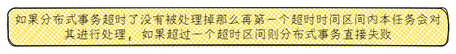
Before: starboss/分布式事务/4. 分布式事务超时处理任务.excalidraw.png, a diagram exported from Excalidraw (XujinCoding/Excalidraw). Source tidied: one line per element, renumbered; positions are measured from the earlier drawing's top-left corner, leaving out a move shared by most shapes. Source of this version:
```json
{"id": 0, "type": "rectangle", "strokeColor": "#000000", "backgroundColor": "#ffd700", "fillStyle": "cross-hatch", "strokeWidth": 1, "roughness": 1, "round": true, "x": 0, "y": 0, "width": 542, "height": 46}
{"id": 1, "type": "text", "text": "如果分布式事务超时了没有被处理掉那么再第一个超时时间区间内本任务会对\n其进行处理, 如果超过一个超时区间则分布式事务直接失败", "strokeColor": "#000000", "backgroundColor": "#228be6", "fillStyle": "hachure", "strokeWidth": 1, "roughness": 1, "fontSize": 15.5, "fontFamily": 3, "textAlign": "center", "verticalAlign": "middle", "inside": 0, "x": 8, "y": 5, "width": 527, "height": 36}
```
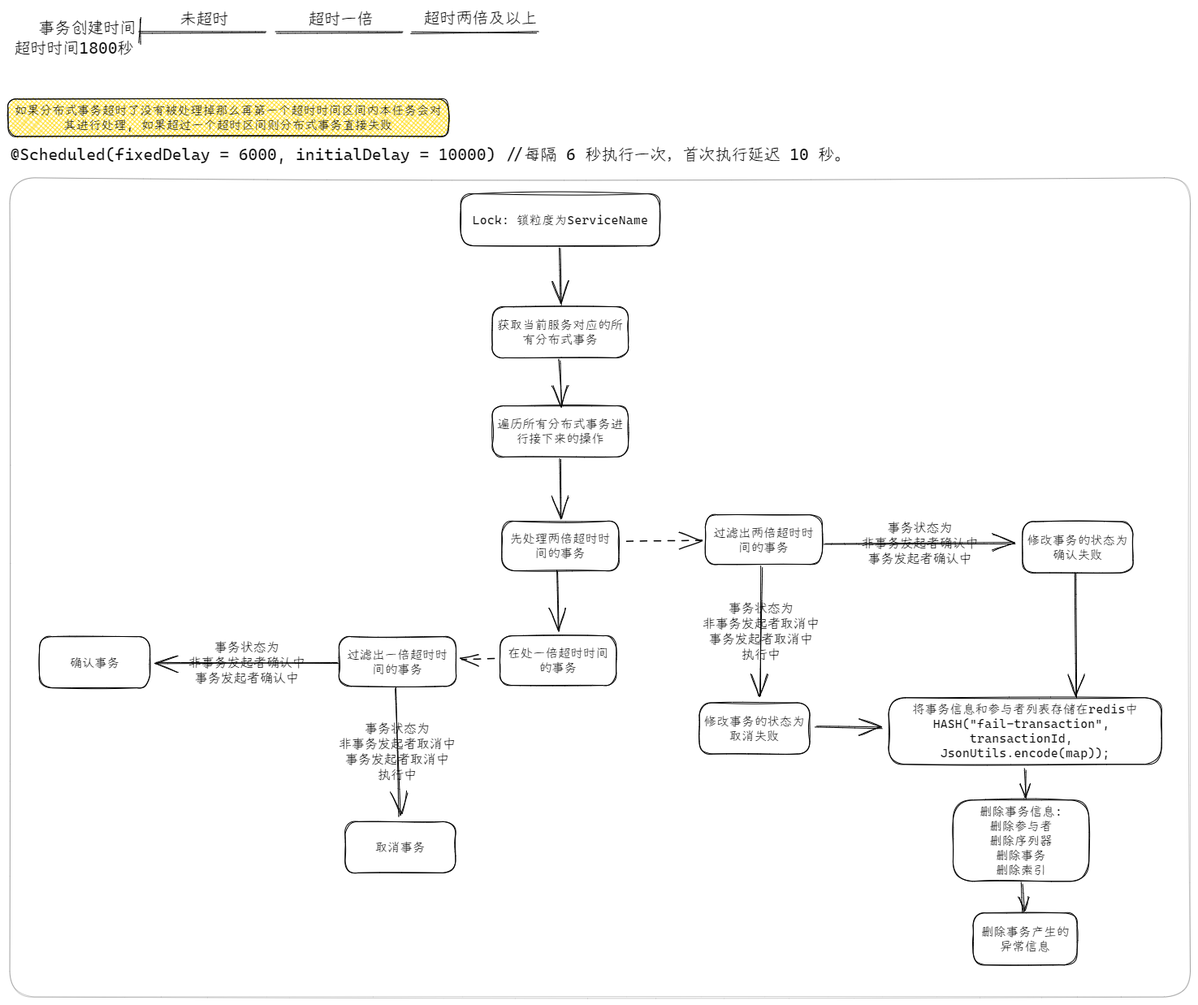
After the change.

Diff of the diagram source:
```diff
@@ -1,2 +1,59 @@
 {"id": 0, "type": "rectangle", "strokeColor": "#000000", "backgroundColor": "#ffd700", "fillStyle": "cross-hatch", "strokeWidth": 1, "roughness": 1, "round": true, "x": 0, "y": 0, "width": 542, "height": 46}
 {"id": 1, "type": "text", "text": "如果分布式事务超时了没有被处理掉那么再第一个超时时间区间内本任务会对\n其进行处理, 如果超过一个超时区间则分布式事务直接失败", "strokeColor": "#000000", "backgroundColor": "#228be6", "fillStyle": "hachure", "strokeWidth": 1, "roughness": 1, "fontSize": 15.5, "fontFamily": 3, "textAlign": "center", "verticalAlign": "middle", "inside": 0, "x": 8, "y": 5, "width": 527, "height": 36}
+{"id": 2, "type": "text", "text": "@Scheduled(fixedDelay = 6000, initialDelay = 10000) //每隔 6 秒执行一次，首次执行延迟 10 秒。", "strokeColor": "#000000", "strokeWidth": 1, "roughness": 1, "fontSize": 20, "fontFamily": 3, "x": 3, "y": 56, "width": 1035, "height": 24}
+{"id": 3, "type": "rectangle", "strokeColor": "#000000", "strokeWidth": 1, "roughness": 1, "opacity": 20, "round": true, "x": 2, "y": 97, "width": 1453, "height": 1008}
+{"id": 4, "type": "rectangle", "strokeColor": "#000000", "strokeWidth": 1, "roughness": 1, "round": true, "x": 557, "y": 117, "width": 245, "height": 64}
+{"id": 5, "type": "text", "text": "Lock: 锁粒度为ServiceName", "strokeColor": "#000000", "backgroundColor": "#228be6", "fillStyle": "hachure", "strokeWidth": 1, "roughness": 1, "fontSize": 15.5, "fontFamily": 3, "textAlign": "center", "verticalAlign": "middle", "inside": 4, "x": 572, "y": 140, "width": 216, "height": 18}
+{"id": 6, "type": "rectangle", "strokeColor": "#000000", "strokeWidth": 1, "roughness": 1, "round": true, "x": 596, "y": 256, "width": 167, "height": 63}
+{"id": 7, "type": "text", "text": "获取当前服务对应的所\n有分布式事务", "strokeColor": "#000000", "backgroundColor": "#228be6", "fillStyle": "hachure", "strokeWidth": 1, "roughness": 1, "fontSize": 15.5, "fontFamily": 3, "textAlign": "center", "verticalAlign": "middle", "inside": 6, "x": 602, "y": 269, "width": 155, "height": 36}
+{"id": 8, "type": "arrow", "strokeColor": "#000000", "strokeWidth": 1, "roughness": 1, "endArrowhead": "arrow", "round": true, "from": 4, "to": 6, "x": 680, "y": 183, "width": 2, "height": 70, "points": [[0, 0], [2, 70]]}
+{"id": 9, "type": "rectangle", "strokeColor": "#000000", "strokeWidth": 1, "roughness": 1, "round": true, "x": 596, "y": 378, "width": 167, "height": 63}
+{"id": 10, "type": "text", "text": "遍历所有分布式事务进\n行接下来的操作", "strokeColor": "#000000", "backgroundColor": "#228be6", "fillStyle": "hachure", "strokeWidth": 1, "roughness": 1, "fontSize": 15.5, "fontFamily": 3, "textAlign": "center", "verticalAlign": "middle", "inside": 9, "x": 602, "y": 391, "width": 155, "height": 36}
+{"id": 11, "type": "arrow", "strokeColor": "#000000", "strokeWidth": 1, "roughness": 1, "endArrowhead": "arrow", "round": true, "from": 6, "to": 9, "x": 678, "y": 321, "width": 3, "height": 56, "points": [[0, 0], [3, 56]]}
+{"id": 12, "type": "rectangle", "strokeColor": "#000000", "strokeWidth": 1, "roughness": 1, "round": true, "x": 608, "y": 520, "width": 144, "height": 61}
+{"id": 13, "type": "text", "text": "先处理两倍超时时\n间的事务", "strokeColor": "#000000", "backgroundColor": "#228be6", "fillStyle": "hachure", "strokeWidth": 1, "roughness": 1, "fontSize": 15.5, "fontFamily": 3, "textAlign": "center", "verticalAlign": "middle", "inside": 12, "x": 618, "y": 532, "width": 124, "height": 36}
+{"id": 14, "type": "arrow", "strokeColor": "#000000", "strokeWidth": 1, "roughness": 1, "endArrowhead": "arrow", "round": true, "from": 9, "to": 12, "x": 680, "y": 443, "width": 1, "height": 73, "points": [[0, 0], [-1, 73]]}
+{"id": 15, "type": "arrow", "strokeColor": "#000000", "strokeWidth": 1, "strokeStyle": "dashed", "roughness": 1, "endArrowhead": "arrow", "round": true, "from": 12, "to": 50, "x": 762, "y": 545, "width": 93, "height": 2, "points": [[0, 0], [93, -2]]}
+{"id": 16, "type": "line", "strokeColor": "#000000", "strokeWidth": 1, "roughness": 1, "round": true, "x": 161, "y": -82, "width": 156, "height": 0, "points": [[0, 0], [156, 0]]}
+{"id": 17, "type": "line", "strokeColor": "#000000", "strokeWidth": 1, "roughness": 1, "round": true, "x": 496, "y": -82, "width": 156, "height": 0, "points": [[0, 0], [156, 0]]}
+{"id": 18, "type": "line", "strokeColor": "#000000", "strokeWidth": 1, "roughness": 1, "round": true, "x": 330, "y": -82, "width": 156, "height": 0, "points": [[0, 0], [156, 0]]}
+{"id": 19, "type": "line", "strokeColor": "#000000", "strokeWidth": 1, "roughness": 1, "round": true, "x": 162, "y": -100, "width": 1, "height": 31, "points": [[0, 0], [-1, 31]]}
+{"id": 20, "type": "text", "text": "事务创建时间", "strokeColor": "#000000", "strokeWidth": 1, "roughness": 1, "fontSize": 20, "fontFamily": 3, "x": 37, "y": -100, "width": 120, "height": 24}
+{"id": 21, "type": "text", "text": "未超时", "strokeColor": "#000000", "strokeWidth": 1, "roughness": 1, "fontSize": 20, "fontFamily": 3, "x": 211, "y": -111, "width": 60, "height": 24}
+{"id": 22, "type": "text", "text": "超时一倍", "strokeColor": "#000000", "strokeWidth": 1, "roughness": 1, "fontSize": 20, "fontFamily": 3, "x": 369, "y": -111, "width": 80, "height": 24}
+{"id": 23, "type": "text", "text": "超时两倍及以上", "strokeColor": "#000000", "strokeWidth": 1, "roughness": 1, "fontSize": 20, "fontFamily": 3, "x": 511, "y": -112, "width": 140, "height": 24}
+{"id": 24, "type": "text", "text": "超时时间1800秒", "strokeColor": "#000000", "strokeWidth": 1, "roughness": 1, "fontSize": 20, "fontFamily": 3, "x": 7, "y": -75, "width": 147, "height": 24}
+{"id": 25, "type": "arrow", "strokeColor": "#000000", "strokeWidth": 1, "roughness": 1, "endArrowhead": "arrow", "round": true, "from": 12, "to": 54, "x": 675, "y": 581, "width": 2, "height": 74, "points": [[0, 0], [2, 74]]}
+{"id": 26, "type": "arrow", "strokeColor": "#000000", "strokeWidth": 1, "roughness": 1, "endArrowhead": "arrow", "round": true, "from": 32, "to": 28, "x": 476, "y": 724, "width": 5, "height": 159, "points": [[0, 0], [5, 159]]}
+{"id": 27, "type": "text", "text": "事务状态为\n非事务发起者取消中\n事务发起者取消中\n执行中", "strokeColor": "#000000", "strokeWidth": 1, "roughness": 1, "fontSize": 16, "fontFamily": 1, "textAlign": "center", "verticalAlign": "middle", "inside": 26, "x": 407, "y": 765, "width": 144, "height": 77}
+{"id": 28, "type": "rectangle", "strokeColor": "#000000", "strokeWidth": 1, "roughness": 1, "round": true, "x": 415, "y": 889, "width": 136, "height": 63}
+{"id": 29, "type": "text", "text": "取消事务", "strokeColor": "#000000", "backgroundColor": "#228be6", "fillStyle": "hachure", "strokeWidth": 1, "roughness": 1, "fontSize": 15.5, "fontFamily": 3, "textAlign": "center", "verticalAlign": "middle", "inside": 28, "x": 452, "y": 912, "width": 62, "height": 18}
+{"id": 30, "type": "arrow", "strokeColor": "#000000", "strokeWidth": 1, "roughness": 1, "endArrowhead": "arrow", "round": true, "from": 32, "to": 57, "x": 406, "y": 695, "width": 224, "height": 1, "points": [[0, 0], [-224, -1]]}
+{"id": 31, "type": "text", "text": "事务状态为\n非事务发起者确认中\n事务发起者确认中", "strokeColor": "#000000", "strokeWidth": 1, "roughness": 1, "fontSize": 16, "fontFamily": 1, "textAlign": "center", "verticalAlign": "middle", "inside": 30, "x": 222, "y": 665, "width": 144, "height": 58}
+{"id": 32, "type": "rectangle", "strokeColor": "#000000", "strokeWidth": 1, "roughness": 1, "round": true, "x": 407, "y": 662, "width": 144, "height": 61}
+{"id": 33, "type": "text", "text": "过滤出一倍超时时\n间的事务", "strokeColor": "#000000", "backgroundColor": "#228be6", "fillStyle": "hachure", "strokeWidth": 1, "roughness": 1, "fontSize": 15.5, "fontFamily": 3, "textAlign": "center", "verticalAlign": "middle", "inside": 32, "x": 418, "y": 674, "width": 124, "height": 36}
+{"id": 34, "type": "arrow", "strokeColor": "#000000", "strokeWidth": 1, "roughness": 1, "endArrowhead": "arrow", "round": true, "from": 50, "to": 36, "x": 927, "y": 575, "width": 0, "height": 160, "points": [[0, 0], [0, 160]]}
+{"id": 35, "type": "text", "text": "事务状态为\n非事务发起者取消中\n事务发起者取消中\n执行中", "strokeColor": "#000000", "strokeWidth": 1, "roughness": 1, "fontSize": 16, "fontFamily": 1, "textAlign": "center", "verticalAlign": "middle", "inside": 34, "x": 855, "y": 617, "width": 144, "height": 77}
+{"id": 36, "type": "rectangle", "strokeColor": "#000000", "strokeWidth": 1, "roughness": 1, "round": true, "x": 851, "y": 743, "width": 136, "height": 63}
+{"id": 37, "type": "text", "text": "修改事务的状态为\n取消失败", "strokeColor": "#000000", "backgroundColor": "#228be6", "fillStyle": "hachure", "strokeWidth": 1, "roughness": 1, "fontSize": 15.5, "fontFamily": 3, "textAlign": "center", "verticalAlign": "middle", "inside": 36, "x": 857, "y": 757, "width": 124, "height": 36}
+{"id": 38, "type": "rectangle", "strokeColor": "#000000", "strokeWidth": 1, "roughness": 1, "round": true, "x": 1084, "y": 737, "width": 336, "height": 82}
+{"id": 39, "type": "text", "text": "将事务信息和参与者列表存储在redis中\nHASH(\"fail-transaction\", \ntransactionId, \nJsonUtils.encode(map));", "strokeColor": "#000000", "backgroundColor": "#228be6", "fillStyle": "hachure", "strokeWidth": 1, "roughness": 1, "fontSize": 15.5, "fontFamily": 3, "textAlign": "center", "verticalAlign": "middle", "inside": 38, "x": 1113, "y": 742, "width": 278, "height": 72}
+{"id": 40, "type": "rectangle", "strokeColor": "#000000", "strokeWidth": 1, "roughness": 1, "round": true, "x": 1163, "y": 863, "width": 167, "height": 100}
+{"id": 41, "type": "text", "text": "删除事务信息:\n删除参与者\n删除序列器\n删除事务\n删除索引", "strokeColor": "#000000", "backgroundColor": "#228be6", "fillStyle": "hachure", "strokeWidth": 1, "roughness": 1, "fontSize": 15.5, "fontFamily": 3, "textAlign": "center", "verticalAlign": "middle", "inside": 40, "x": 1196, "y": 868, "width": 102, "height": 90}
+{"id": 42, "type": "rectangle", "strokeColor": "#000000", "strokeWidth": 1, "roughness": 1, "round": true, "x": 1188, "y": 1002, "width": 128, "height": 64}
+{"id": 43, "type": "text", "text": "删除事务产生的\n异常信息", "strokeColor": "#000000", "backgroundColor": "#228be6", "fillStyle": "hachure", "strokeWidth": 1, "roughness": 1, "fontSize": 15.5, "fontFamily": 3, "textAlign": "center", "verticalAlign": "middle", "inside": 42, "x": 1198, "y": 1016, "width": 108, "height": 36}
+{"id": 44, "type": "arrow", "strokeColor": "#000000", "strokeWidth": 1, "roughness": 1, "endArrowhead": "arrow", "round": true, "from": 40, "to": 42, "x": 1248, "y": 964, "width": 1, "height": 36, "points": [[0, 0], [1, 36]]}
+{"id": 45, "type": "arrow", "strokeColor": "#000000", "strokeWidth": 1, "roughness": 1, "endArrowhead": "arrow", "round": true, "from": 38, "to": 40, "x": 1252, "y": 824, "width": 1, "height": 37, "points": [[0, 0], [1, 37]]}
+{"id": 46, "type": "arrow", "strokeColor": "#000000", "strokeWidth": 1, "roughness": 1, "endArrowhead": "arrow", "round": true, "from": 50, "to": 48, "x": 1005, "y": 547, "width": 235, "height": 0, "points": [[0, 0], [235, 0]]}
+{"id": 47, "type": "text", "text": "事务状态为\n非事务发起者确认中\n事务发起者确认中", "strokeColor": "#000000", "strokeWidth": 1, "roughness": 1, "fontSize": 16, "fontFamily": 1, "textAlign": "center", "verticalAlign": "middle", "inside": 46, "x": 1050, "y": 518, "width": 144, "height": 58}
+{"id": 48, "type": "rectangle", "strokeColor": "#000000", "strokeWidth": 1, "roughness": 1, "round": true, "x": 1249, "y": 520, "width": 136, "height": 63}
+{"id": 49, "type": "text", "text": "修改事务的状态为\n确认失败", "strokeColor": "#000000", "backgroundColor": "#228be6", "fillStyle": "hachure", "strokeWidth": 1, "roughness": 1, "fontSize": 15.5, "fontFamily": 3, "textAlign": "center", "verticalAlign": "middle", "inside": 48, "x": 1255, "y": 534, "width": 124, "height": 36}
+{"id": 50, "type": "rectangle", "strokeColor": "#000000", "strokeWidth": 1, "roughness": 1, "round": true, "x": 858, "y": 512, "width": 144, "height": 61}
+{"id": 51, "type": "text", "text": "过滤出两倍超时时\n间的事务", "strokeColor": "#000000", "backgroundColor": "#228be6", "fillStyle": "hachure", "strokeWidth": 1, "roughness": 1, "fontSize": 15.5, "fontFamily": 3, "textAlign": "center", "verticalAlign": "middle", "inside": 50, "x": 868, "y": 524, "width": 124, "height": 36}
+{"id": 52, "type": "arrow", "strokeColor": "#000000", "strokeWidth": 1, "roughness": 1, "endArrowhead": "arrow", "round": true, "from": 36, "to": 38, "x": 994, "y": 773, "width": 82, "height": 1, "points": [[0, 0], [82, 1]]}
+{"id": 53, "type": "arrow", "strokeColor": "#000000", "strokeWidth": 1, "roughness": 1, "endArrowhead": "arrow", "round": true, "to": 38, "x": 1315, "y": 583, "width": 0, "height": 153, "points": [[0, 0], [0, 153]]}
+{"id": 54, "type": "rectangle", "strokeColor": "#000000", "strokeWidth": 1, "roughness": 1, "round": true, "x": 606, "y": 661, "width": 143, "height": 61}
+{"id": 55, "type": "text", "text": "在处一倍超时时间\n的事务", "strokeColor": "#000000", "backgroundColor": "#228be6", "fillStyle": "hachure", "strokeWidth": 1, "roughness": 1, "fontSize": 15.5, "fontFamily": 3, "textAlign": "center", "verticalAlign": "middle", "inside": 54, "x": 615, "y": 673, "width": 124, "height": 36}
+{"id": 56, "type": "arrow", "strokeColor": "#000000", "strokeWidth": 1, "strokeStyle": "dashed", "roughness": 1, "endArrowhead": "arrow", "round": true, "from": 54, "to": 32, "x": 599, "y": 688, "width": 41, "height": 1, "points": [[0, 0], [-41, 1]]}
+{"id": 57, "type": "rectangle", "strokeColor": "#000000", "strokeWidth": 1, "roughness": 1, "round": true, "x": 39, "y": 662, "width": 136, "height": 63}
+{"id": 58, "type": "text", "text": "确认事务", "strokeColor": "#000000", "backgroundColor": "#228be6", "fillStyle": "hachure", "strokeWidth": 1, "roughness": 1, "fontSize": 15.5, "fontFamily": 3, "textAlign": "center", "verticalAlign": "middle", "inside": 57, "x": 76, "y": 684, "width": 62, "height": 18}
```
